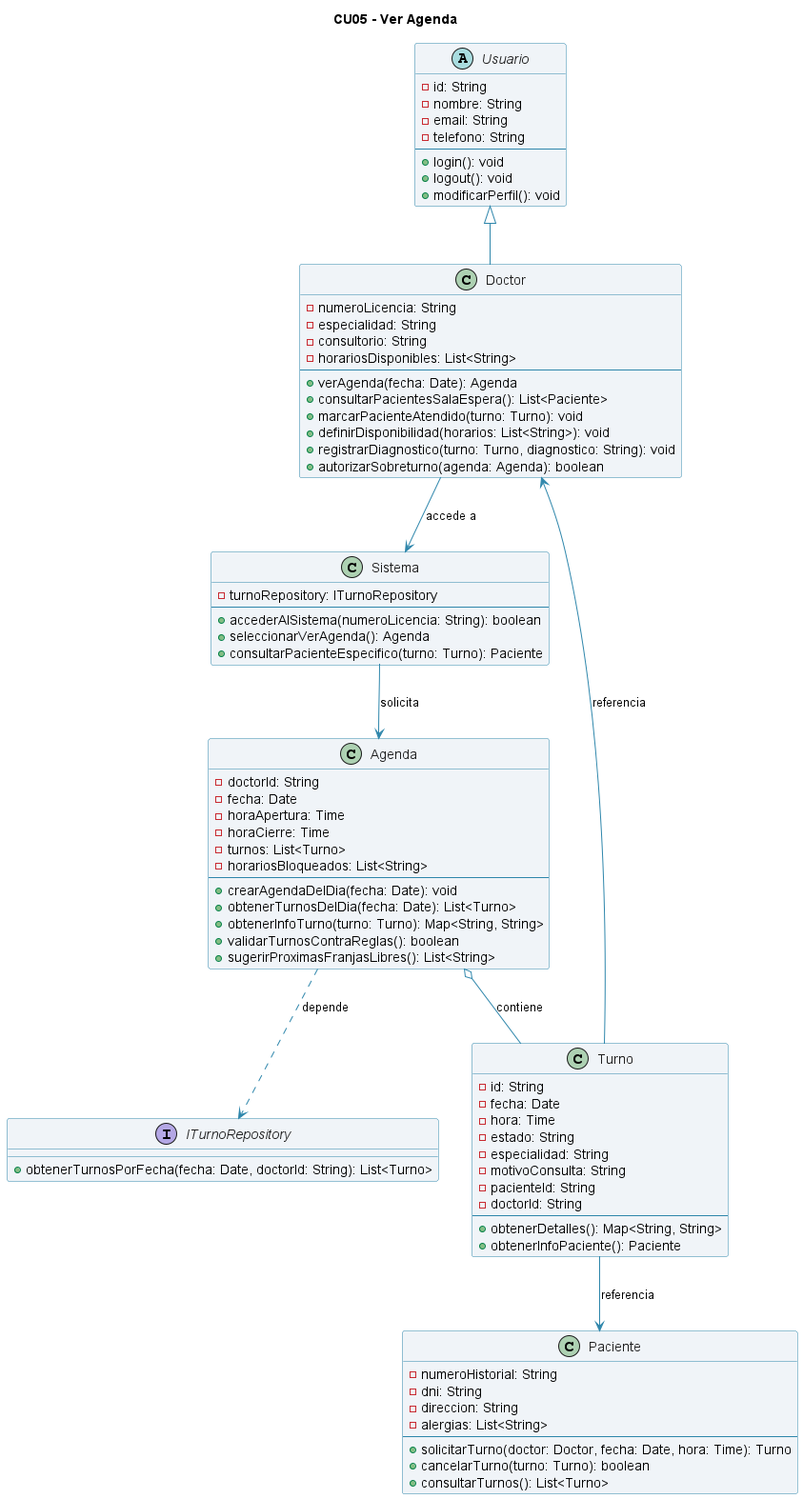
Earlier version of the PlantUML export diagramas/01-diagrama-clases/05-clases-ver-agenda-05.png (FacundoGuiraldes/SistemaTurnosMedicos).
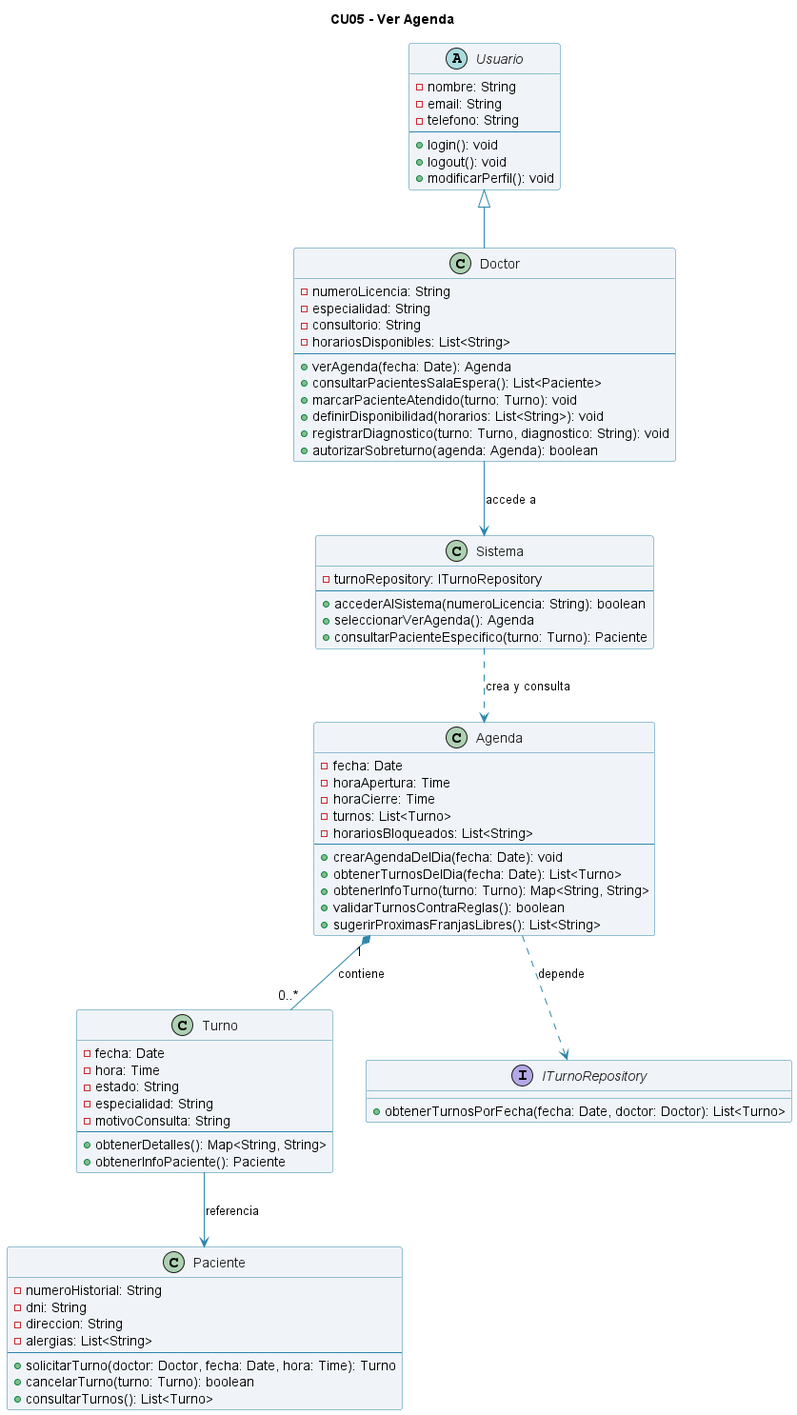
Later version of the same file.

Commit message:
Fix: Se hacen correciones en diagramas CU 4 y 5

What changed in the source:
```diff
@@ -10,7 +10,6 @@
 }
 
 abstract class Usuario {
-    - id: String
     - nombre: String
     - email: String
     - telefono: String
@@ -35,7 +34,6 @@
 }
 
 class Agenda {
-    - doctorId: String
     - fecha: Date
     - horaApertura: Time
     - horaCierre: Time
@@ -50,14 +48,11 @@
 }
 
 class Turno {
-    - id: String
     - fecha: Date
     - hora: Time
     - estado: String
     - especialidad: String
     - motivoConsulta: String
-    - pacienteId: String
-    - doctorId: String
     ---
     + obtenerDetalles(): Map<String, String>
     + obtenerInfoPaciente(): Paciente
@@ -75,7 +70,7 @@
 }
 
 interface ITurnoRepository {
-    + obtenerTurnosPorFecha(fecha: Date, doctorId: String): List<Turno>
+    + obtenerTurnosPorFecha(fecha: Date, doctor: Doctor): List<Turno>
 }
 
 class Sistema {
@@ -89,10 +84,9 @@
 Usuario <|-- Doctor
 
 Doctor --> Sistema : accede a
-Sistema --> Agenda : solicita
-Agenda o-- Turno : contiene
+Sistema ..> Agenda : crea y consulta
+Agenda "1" *-- "0..*" Turno : contiene
 Agenda ..> ITurnoRepository : depende
 Turno --> Paciente : referencia
-Turno --> Doctor : referencia
 
 @enduml
```
